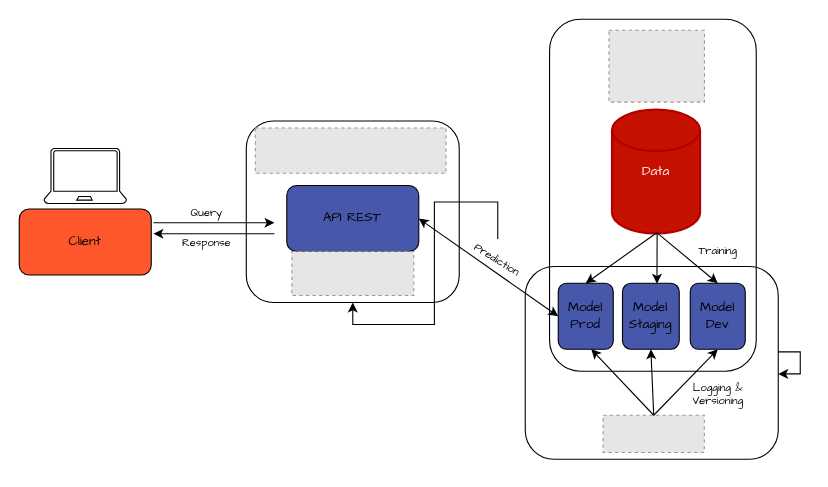
The draw.io diagram img/drawio/api-with-mlflow.drawio in open-teaching-lab/slides-phas-abidjan, before the edit. Source tidied: cells renumbered, new cells numbered last; positions are measured from the earlier drawing's top-left corner, leaving out a move shared by most shapes. Both pictures are drawn from the tidied source at 110%, with x=0, y=0 at pixel (19, 19). Pictures stored in the file or linked from it are replaced by grey dashed boxes.
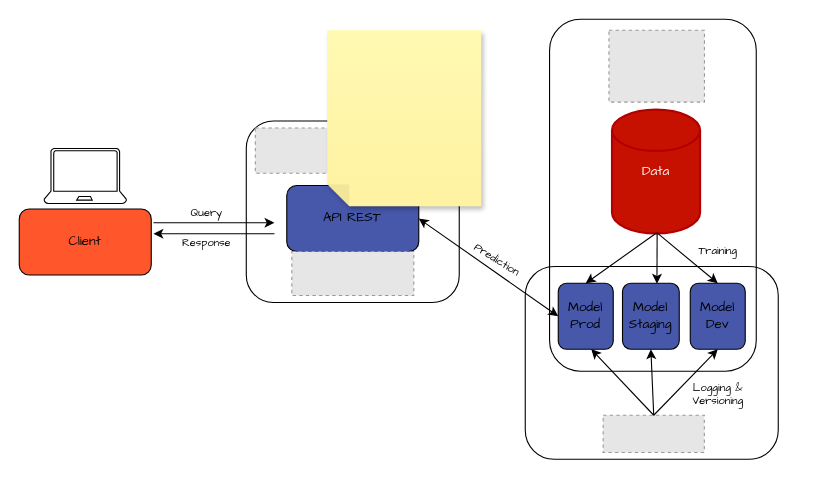
Above is the later version.

Commit message (it also covers changes not shown here):
better quality for drawio graphs

Unchanged cells that the change refers to:
```xml
<mxCell id="3" style="rounded=1;whiteSpace=wrap;html=1;fillStyle=hatch;strokeColor=#000000;gradientColor=none;gradientDirection=radial;fillColor=none;" parent="1" vertex="1">
  <mxGeometry x="206.4" y="92.5" width="193.6" height="165" as="geometry" />
</mxCell>
<mxCell id="18" value="Prediction" style="text;html=1;align=center;verticalAlign=middle;points=[];strokeColor=none;fillColor=none;fontSize=10;fontFamily=Comic Sans MS;fontColor=#000000;rotation=32;" parent="1" vertex="1">
  <mxGeometry x="400" y="202.5" width="70" height="30" as="geometry" />
</mxCell>
<mxCell id="20" style="rounded=1;whiteSpace=wrap;html=1;fillStyle=auto;strokeColor=#000000;gradientColor=none;gradientDirection=radial;fillColor=none;" parent="1" vertex="1">
  <mxGeometry x="460" y="224.8" width="230" height="175.2" as="geometry" />
</mxCell>
```

What changed in the source:
```diff
@@
-    <mxCell id="17" style="edgeStyle=orthogonalEdgeStyle;rounded=0;jettySize=auto;html=1;" parent="1" edge="1" source="18" target="3">
-      <mxGeometry relative="1" as="geometry" />
-    </mxCell>
@@
-    <mxCell id="22" style="edgeStyle=orthogonalEdgeStyle;rounded=0;orthogonalLoop=1;jettySize=auto;html=1;" parent="1" edge="1" source="20" target="20">
-      <mxGeometry relative="1" as="geometry" />
-    </mxCell>
@@
+    <mxCell id="33" style="shape=note;whiteSpace=wrap;html=1;backgroundOutline=1;fontColor=#000000;darkOpacity=0.05;fillColor=#FFF9B2;strokeColor=none;fillStyle=solid;direction=west;gradientDirection=north;gradientColor=#FFF2A1;shadow=1;size=20;" parent="1" vertex="1">
+      <mxGeometry x="280" y="10" width="140" height="160" as="geometry" />
+    </mxCell>
```
